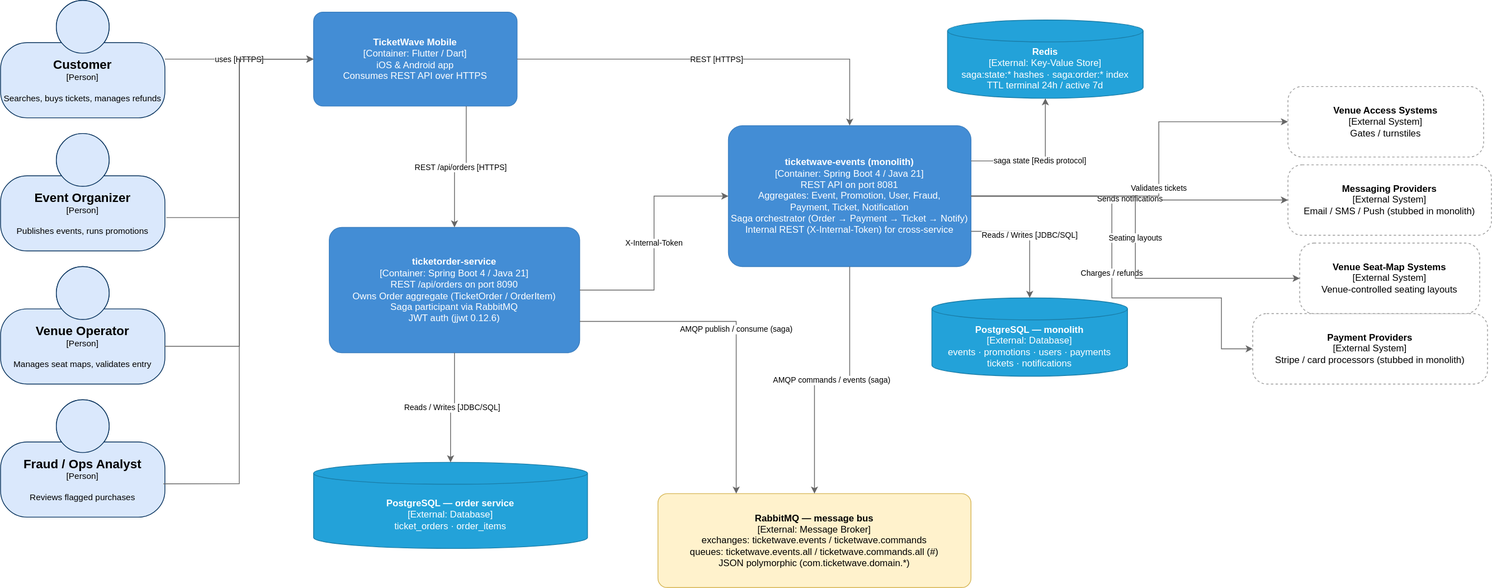
Earlier version of the draw.io export ticketwave-events/diagrams/c4model/ticketwave-c2-container.drawio.svg (Juanchoque1206/ticketwave-extract-service). Source tidied: cells renumbered, new cells last; positions are measured from the earlier drawing's top-left corner, leaving out a move shared by most shapes.
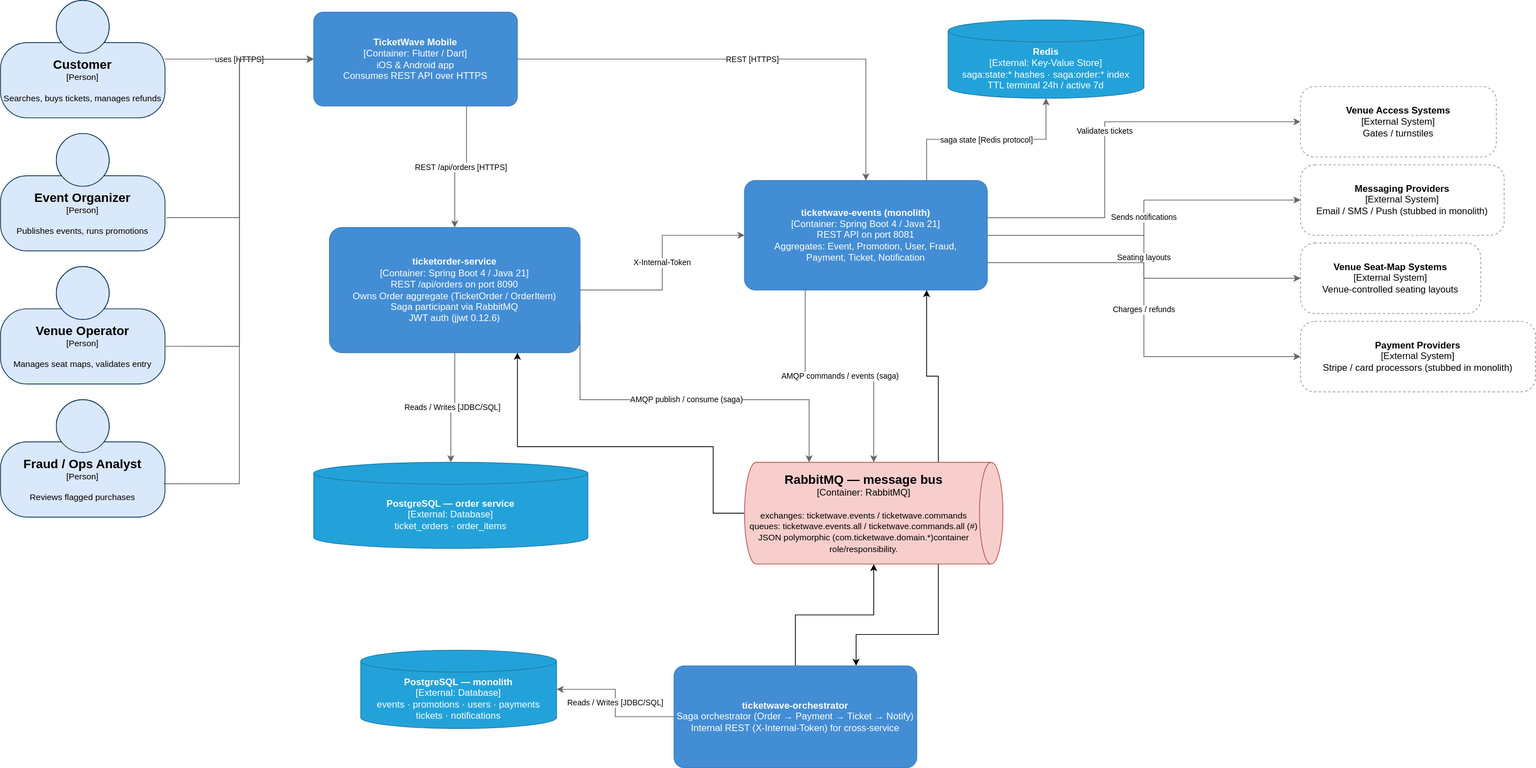
Above is the later version.

Diff of the diagram source:
```diff
@@ -20,8 +20,8 @@
     <mxCell id="7" value="&lt;b&gt;ticketorder-service&lt;/b&gt;&lt;br&gt;[Container: Spring Boot 4 / Java 21]&lt;br&gt;REST /api/orders on port 8090&lt;br&gt;Owns Order aggregate (TicketOrder / OrderItem)&lt;br&gt;Saga participant via RabbitMQ&lt;br&gt;JWT auth (jjwt 0.12.6)" style="rounded=1;whiteSpace=wrap;html=1;fillColor=#438dd5;strokeColor=#3c7fc0;fontColor=#ffffff;arcSize=10;" parent="1" vertex="1">
       <mxGeometry x="420" y="290" width="320" height="160" as="geometry" />
     </mxCell>
-    <mxCell id="8" value="&lt;b&gt;ticketwave-events (monolith)&lt;/b&gt;&lt;br&gt;[Container: Spring Boot 4 / Java 21]&lt;br&gt;REST API on port 8081&lt;br&gt;Aggregates: Event, Promotion, User, Fraud,&lt;br&gt;Payment, Ticket, Notification&lt;br&gt;Saga orchestrator (Order → Payment → Ticket → Notify)&lt;br&gt;Internal REST (X-Internal-Token) for cross-service" style="rounded=1;whiteSpace=wrap;html=1;fillColor=#438dd5;strokeColor=#3c7fc0;fontColor=#ffffff;arcSize=10;" parent="1" vertex="1">
-      <mxGeometry x="930" y="160" width="310" height="180" as="geometry" />
+    <mxCell id="8" value="&lt;b&gt;ticketwave-events (monolith)&lt;/b&gt;&lt;br&gt;[Container: Spring Boot 4 / Java 21]&lt;br&gt;REST API on port 8081&lt;br&gt;Aggregates: Event, Promotion, User, Fraud,&lt;br&gt;Payment, Ticket, Notification" style="rounded=1;whiteSpace=wrap;html=1;fillColor=#438dd5;strokeColor=#3c7fc0;fontColor=#ffffff;arcSize=10;" parent="1" vertex="1">
+      <mxGeometry x="950" y="230" width="310" height="140" as="geometry" />
     </mxCell>
     <mxCell id="9" value="&lt;b&gt;PostgreSQL — order service&lt;/b&gt;&lt;br&gt;[External: Database]&lt;br&gt;ticket_orders · order_items" style="shape=cylinder3;whiteSpace=wrap;html=1;boundedLbl=1;backgroundOutline=1;size=14;fillColor=#23a2d9;strokeColor=#1a7da8;fontColor=#ffffff;" parent="1" vertex="1">
       <mxGeometry x="400" y="590" width="350" height="110" as="geometry" />
@@ -30,19 +30,36 @@
       <mxGeometry x="1210" y="25" width="250" height="100" as="geometry" />
     </mxCell>
     <mxCell id="11" value="&lt;b&gt;PostgreSQL — monolith&lt;/b&gt;&lt;br&gt;[External: Database]&lt;br&gt;events · promotions · users · payments&lt;br&gt;tickets · notifications" style="shape=cylinder3;whiteSpace=wrap;html=1;boundedLbl=1;backgroundOutline=1;size=14;fillColor=#23a2d9;strokeColor=#1a7da8;fontColor=#ffffff;" parent="1" vertex="1">
-      <mxGeometry x="1190" y="380" width="250" height="100" as="geometry" />
+      <mxGeometry x="460" y="830" width="250" height="100" as="geometry" />
     </mxCell>
-    <mxCell id="12" value="&lt;b&gt;RabbitMQ — message bus&lt;/b&gt;&lt;br&gt;[External: Message Broker]&lt;br&gt;exchanges: ticketwave.events / ticketwave.commands&lt;br&gt;queues: ticketwave.events.all / ticketwave.commands.all (#)&lt;br&gt;JSON polymorphic (com.ticketwave.domain.*)" style="rounded=1;whiteSpace=wrap;html=1;fillColor=#fff2cc;strokeColor=#d6b656;fontColor=#000000;arcSize=10;" parent="1" vertex="1">
-      <mxGeometry x="840" y="630" width="400" height="120" as="geometry" />
-    </mxCell>
+    <mxCell id="33" style="edgeStyle=orthogonalEdgeStyle;rounded=0;jettySize=auto;html=1;entryX=0.75;entryY=0;entryDx=0;entryDy=0;exitX=1;exitY=0.25;exitDx=0;exitDy=0;exitPerimeter=0;" parent="1" edge="1" source="38" target="37">
+      <mxGeometry relative="1" as="geometry">
+        <Array as="points">
+          <mxPoint x="1198" y="810" />
+          <mxPoint x="1093" y="810" />
+        </Array>
+      </mxGeometry>
+    </mxCell>
+    <mxCell id="34" style="edgeStyle=orthogonalEdgeStyle;rounded=0;jettySize=auto;html=1;entryX=0.75;entryY=1;entryDx=0;entryDy=0;exitX=0;exitY=0.25;exitDx=0;exitDy=0;exitPerimeter=0;" parent="1" edge="1" source="38" target="8">
+      <mxGeometry relative="1" as="geometry" />
+    </mxCell>
+    <mxCell id="35" style="edgeStyle=orthogonalEdgeStyle;rounded=0;jettySize=auto;html=1;entryX=0.75;entryY=1;entryDx=0;entryDy=0;exitX=0.5;exitY=1;exitDx=0;exitDy=0;exitPerimeter=0;" parent="1" edge="1" source="38" target="7">
+      <mxGeometry relative="1" as="geometry">
+        <Array as="points">
+          <mxPoint x="910" y="655" />
+          <mxPoint x="910" y="570" />
+          <mxPoint x="660" y="570" />
+        </Array>
+      </mxGeometry>
+    </mxCell>
     <mxCell id="13" value="&lt;b&gt;Payment Providers&lt;/b&gt;&lt;br&gt;[External System]&lt;br&gt;Stripe / card processors (stubbed in monolith)" style="rounded=1;whiteSpace=wrap;html=1;fillColor=#ffffff;strokeColor=#999999;dashed=1;arcSize=20;" parent="1" vertex="1">
-      <mxGeometry x="1600" y="400" width="300" height="90" as="geometry" />
+      <mxGeometry x="1660" y="410" width="300" height="90" as="geometry" />
     </mxCell>
     <mxCell id="14" value="&lt;b&gt;Messaging Providers&lt;/b&gt;&lt;br&gt;[External System]&lt;br&gt;Email / SMS / Push (stubbed in monolith)" style="rounded=1;whiteSpace=wrap;html=1;fillColor=#ffffff;strokeColor=#999999;dashed=1;arcSize=20;" parent="1" vertex="1">
-      <mxGeometry x="1645" y="210" width="260" height="90" as="geometry" />
+      <mxGeometry x="1660" y="210" width="260" height="90" as="geometry" />
     </mxCell>
     <mxCell id="15" value="&lt;b&gt;Venue Access Systems&lt;/b&gt;&lt;br&gt;[External System]&lt;br&gt;Gates / turnstiles" style="rounded=1;whiteSpace=wrap;html=1;fillColor=#ffffff;strokeColor=#999999;dashed=1;arcSize=20;" parent="1" vertex="1">
-      <mxGeometry x="1645" y="110" width="250" height="90" as="geometry" />
+      <mxGeometry x="1660" y="110" width="250" height="90" as="geometry" />
     </mxCell>
     <mxCell id="16" value="&lt;b&gt;Venue Seat-Map Systems&lt;/b&gt;&lt;br&gt;[External System]&lt;br&gt;Venue-controlled seating layouts" style="rounded=1;whiteSpace=wrap;html=1;fillColor=#ffffff;strokeColor=#999999;dashed=1;arcSize=20;" parent="1" vertex="1">
       <mxGeometry x="1660" y="310" width="230" height="90" as="geometry" />
@@ -68,44 +85,53 @@
     <mxCell id="23" value="Reads / Writes [JDBC/SQL]" style="edgeStyle=orthogonalEdgeStyle;rounded=0;jettySize=auto;html=1;strokeColor=#666666;fontSize=10;" parent="1" edge="1" source="7" target="9">
       <mxGeometry relative="1" as="geometry" />
     </mxCell>
-    <mxCell id="24" value="AMQP publish / consume (saga)" style="edgeStyle=orthogonalEdgeStyle;rounded=0;jettySize=auto;html=1;strokeColor=#666666;fontSize=10;entryX=0.25;entryY=0;entryDx=0;entryDy=0;exitX=1;exitY=0.75;exitDx=0;exitDy=0;" parent="1" edge="1" source="7" target="12">
-      <mxGeometry relative="1" as="geometry" />
+    <mxCell id="24" value="AMQP publish / consume (saga)" style="edgeStyle=orthogonalEdgeStyle;rounded=0;jettySize=auto;html=1;strokeColor=#666666;fontSize=10;entryX=0;entryY=0.75;entryDx=0;entryDy=0;exitX=1;exitY=0.75;exitDx=0;exitDy=0;entryPerimeter=0;" parent="1" edge="1" source="7" target="38">
+      <mxGeometry relative="1" as="geometry">
+        <Array as="points">
+          <mxPoint x="740" y="510" />
+          <mxPoint x="1033" y="510" />
+        </Array>
+      </mxGeometry>
     </mxCell>
     <mxCell id="25" value="X-Internal-Token" style="edgeStyle=orthogonalEdgeStyle;rounded=0;jettySize=auto;html=1;strokeColor=#666666;fontSize=10;" parent="1" edge="1" source="7" target="8">
       <mxGeometry relative="1" as="geometry" />
     </mxCell>
-    <mxCell id="26" value="AMQP commands / events (saga)" style="edgeStyle=orthogonalEdgeStyle;rounded=0;jettySize=auto;html=1;strokeColor=#666666;fontSize=10;" parent="1" edge="1" source="8" target="12">
+    <mxCell id="26" value="AMQP commands / events (saga)" style="edgeStyle=orthogonalEdgeStyle;rounded=0;jettySize=auto;html=1;strokeColor=#666666;fontSize=10;exitX=0.25;exitY=1;exitDx=0;exitDy=0;entryX=0;entryY=0.5;entryDx=0;entryDy=0;entryPerimeter=0;" parent="1" edge="1" source="8" target="38">
       <mxGeometry relative="1" as="geometry" />
     </mxCell>
-    <mxCell id="27" value="saga state [Redis protocol]" style="edgeStyle=orthogonalEdgeStyle;rounded=0;jettySize=auto;html=1;strokeColor=#666666;fontSize=10;exitX=1;exitY=0.25;exitDx=0;exitDy=0;" parent="1" edge="1" source="8" target="10">
+    <mxCell id="27" value="saga state [Redis protocol]" style="edgeStyle=orthogonalEdgeStyle;rounded=0;jettySize=auto;html=1;strokeColor=#666666;fontSize=10;exitX=0.75;exitY=0;exitDx=0;exitDy=0;" parent="1" edge="1" source="8" target="10">
       <mxGeometry relative="1" as="geometry" />
     </mxCell>
-    <mxCell id="28" value="Reads / Writes [JDBC/SQL]" style="edgeStyle=orthogonalEdgeStyle;rounded=0;jettySize=auto;html=1;strokeColor=#666666;fontSize=10;exitX=1;exitY=0.75;exitDx=0;exitDy=0;" parent="1" edge="1" source="8" target="11">
+    <mxCell id="28" value="Reads / Writes [JDBC/SQL]" style="edgeStyle=orthogonalEdgeStyle;rounded=0;jettySize=auto;html=1;strokeColor=#666666;fontSize=10;" parent="1" edge="1" source="37" target="11">
       <mxGeometry relative="1" as="geometry" />
     </mxCell>
-    <mxCell id="29" value="Charges / refunds" style="edgeStyle=orthogonalEdgeStyle;rounded=0;jettySize=auto;html=1;strokeColor=#666666;fontSize=10;entryX=0;entryY=0.5;entryDx=0;entryDy=0;" parent="1" edge="1" source="8" target="13">
-      <mxGeometry relative="1" as="geometry">
-        <Array as="points">
-          <mxPoint x="1420" y="250" />
-          <mxPoint x="1420" y="380" />
-          <mxPoint x="1560" y="380" />
-          <mxPoint x="1560" y="445" />
-        </Array>
-      </mxGeometry>
+    <mxCell id="29" value="Charges / refunds" style="edgeStyle=orthogonalEdgeStyle;rounded=0;jettySize=auto;html=1;strokeColor=#666666;fontSize=10;entryX=0;entryY=0.5;entryDx=0;entryDy=0;exitX=1;exitY=0.75;exitDx=0;exitDy=0;" parent="1" edge="1" source="8" target="13">
+      <mxGeometry relative="1" as="geometry" />
     </mxCell>
     <mxCell id="30" value="Sends notifications" style="edgeStyle=orthogonalEdgeStyle;rounded=0;jettySize=auto;html=1;strokeColor=#666666;fontSize=10;" parent="1" edge="1" source="8" target="14">
       <mxGeometry relative="1" as="geometry" />
     </mxCell>
-    <mxCell id="31" value="Validates tickets" style="edgeStyle=orthogonalEdgeStyle;rounded=0;jettySize=auto;html=1;strokeColor=#666666;fontSize=10;" parent="1" edge="1" source="8" target="15">
+    <mxCell id="31" value="Validates tickets" style="edgeStyle=orthogonalEdgeStyle;rounded=0;jettySize=auto;html=1;strokeColor=#666666;fontSize=10;exitX=0.999;exitY=0.34;exitDx=0;exitDy=0;exitPerimeter=0;entryX=0;entryY=0.5;entryDx=0;entryDy=0;" parent="1" edge="1" source="8" target="15">
       <mxGeometry relative="1" as="geometry">
         <Array as="points">
-          <mxPoint x="1480" y="250" />
-          <mxPoint x="1480" y="155" />
+          <mxPoint x="1410" y="278" />
+          <mxPoint x="1410" y="155" />
         </Array>
       </mxGeometry>
     </mxCell>
     <mxCell id="32" value="Seating layouts" style="edgeStyle=orthogonalEdgeStyle;rounded=0;jettySize=auto;html=1;strokeColor=#666666;fontSize=10;" parent="1" edge="1" source="8" target="16">
       <mxGeometry relative="1" as="geometry" />
     </mxCell>
+    <mxCell id="36" style="edgeStyle=orthogonalEdgeStyle;rounded=0;jettySize=auto;html=1;entryX=1;entryY=0.5;entryDx=0;entryDy=0;entryPerimeter=0;" parent="1" edge="1" source="37" target="38">
+      <mxGeometry relative="1" as="geometry" />
+    </mxCell>
+    <mxCell id="37" value="&lt;b&gt;ticketwave-orchestrator&lt;/b&gt;&lt;br&gt;Saga orchestrator (Order → Payment → Ticket → Notify)&lt;br&gt;Internal REST (X-Internal-Token) for cross-service" style="rounded=1;whiteSpace=wrap;html=1;fillColor=#438dd5;strokeColor=#3c7fc0;fontColor=#ffffff;arcSize=10;" parent="1" vertex="1">
+      <mxGeometry x="860" y="850" width="310" height="130" as="geometry" />
+    </mxCell>
+    <object id="38" label="&lt;font style=&quot;font-size: 16px&quot;&gt;&lt;b&gt;%c4Type%&lt;/b&gt;&lt;/font&gt;&lt;div&gt;[%c4Container%:&amp;nbsp;%c4Technology%]&lt;/div&gt;&lt;br&gt;&lt;div&gt;&lt;font style=&quot;font-size: 11px&quot;&gt;&lt;font&gt;%c4Description%&lt;/font&gt;&lt;/font&gt;&lt;/div&gt;" c4Container="Container" c4Description="exchanges: ticketwave.events / ticketwave.commands&#10;queues: ticketwave.events.all / ticketwave.commands.all (#)&#10;JSON polymorphic (com.ticketwave.domain.*)container role/responsibility." c4Technology="RabbitMQ" c4Type="RabbitMQ — message bus" placeholders="1">
+      <mxCell style="shape=cylinder3;size=15;direction=south;whiteSpace=wrap;html=1;boundedLbl=1;rounded=0;labelBackgroundColor=none;fillColor=#f8cecc;fontSize=12;align=center;strokeColor=#b85450;points=[[0.5,0,0],[1,0.25,0],[1,0.5,0],[1,0.75,0],[0.5,1,0],[0,0.75,0],[0,0.5,0],[0,0.25,0]];fontColor=#000000;" parent="1" vertex="1">
+        <mxGeometry x="950" y="590" width="330" height="130" as="geometry" />
+      </mxCell>
+    </object>
   </root>
 </mxGraphModel>
```
